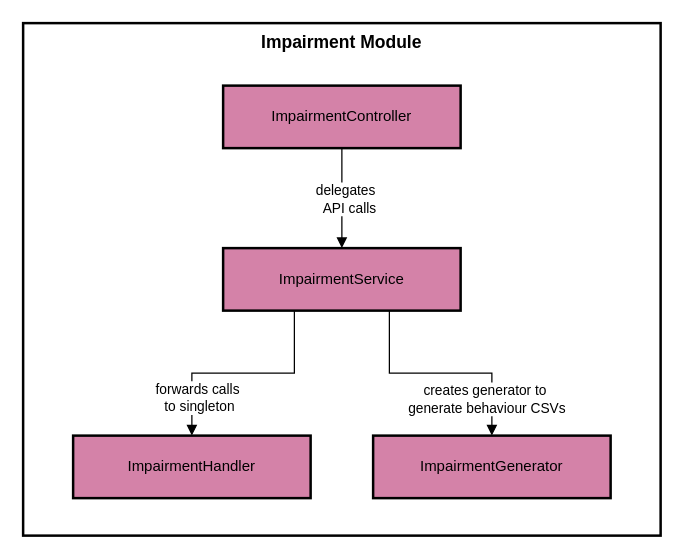
Above: data/figs/architecture/layers/layers_impairment.drawio in socialsoftware/microservices-simulator (draw.io), before the change. Source tidied: cells renumbered, new cells numbered last; positions are measured from the earlier drawing's top-left corner, leaving out a move shared by most shapes. Both pictures are drawn from the tidied source at 125%, with x=0, y=0 at pixel (22, 22).
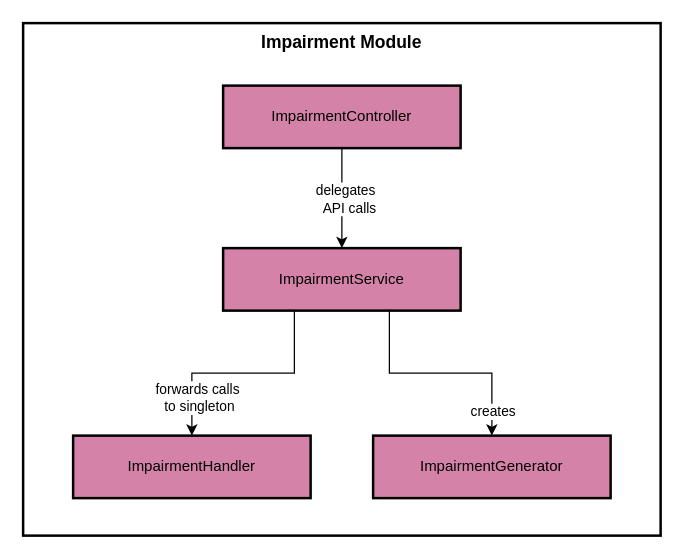
The same diagram, later.

The edit, as a diff of the source:
```diff
@@
 <mxGraphModel>
   <root>
     <mxCell id="0" />
     <mxCell id="1" parent="0" />
     <mxCell id="2" value="Impairment Module" style="whiteSpace=wrap;strokeWidth=2;verticalAlign=top;fontSize=14;fontStyle=1;" parent="1" vertex="1">
       <mxGeometry width="510" height="410" as="geometry" />
     </mxCell>
     <mxCell id="3" value="ImpairmentHandler" style="whiteSpace=wrap;strokeWidth=2;fillColor=#D482A8;strokeColor=#000000;" parent="1" vertex="1">
       <mxGeometry x="40" y="330" width="190" height="50" as="geometry" />
     </mxCell>
     <mxCell id="4" value="ImpairmentController" style="whiteSpace=wrap;strokeWidth=2;fillColor=#D482A8;strokeColor=#000000;" parent="1" vertex="1">
       <mxGeometry x="160" y="50" width="190" height="50" as="geometry" />
     </mxCell>
     <mxCell id="5" value="ImpairmentService" style="whiteSpace=wrap;strokeWidth=2;fillColor=#D482A8;strokeColor=#000000;" parent="1" vertex="1">
       <mxGeometry x="160" y="180" width="190" height="50" as="geometry" />
     </mxCell>
     <mxCell id="6" value="ImpairmentGenerator" style="whiteSpace=wrap;strokeWidth=2;fillColor=#D482A8;strokeColor=#000000;" parent="1" vertex="1">
       <mxGeometry x="280" y="330" width="190" height="50" as="geometry" />
     </mxCell>
-    <mxCell id="7" style="startArrow=none;endArrow=block;exitX=0.5;exitY=1;entryX=0.5;entryY=0;rounded=0;edgeStyle=orthogonalEdgeStyle;" parent="1" edge="1" source="4" target="5">
+    <mxCell id="7" style="startArrow=none;endArrow=classic;exitX=0.5;exitY=1;entryX=0.5;entryY=0;rounded=0;edgeStyle=orthogonalEdgeStyle;endFill=1;" parent="1" edge="1" source="4" target="5">
       <mxGeometry relative="1" as="geometry" />
     </mxCell>
-    <mxCell id="8" style="startArrow=none;endArrow=block;exitX=0.3;exitY=1;entryX=0.5;entryY=0;rounded=0;edgeStyle=orthogonalEdgeStyle;" parent="1" edge="1" source="5" target="3">
+    <mxCell id="8" style="startArrow=none;endArrow=classic;exitX=0.3;exitY=1;entryX=0.5;entryY=0;rounded=0;edgeStyle=orthogonalEdgeStyle;endFill=1;" parent="1" edge="1" source="5" target="3">
       <mxGeometry relative="1" as="geometry" />
     </mxCell>
-    <mxCell id="9" style="startArrow=none;endArrow=block;exitX=0.7;exitY=1;entryX=0.5;entryY=0;rounded=0;edgeStyle=orthogonalEdgeStyle;" parent="1" edge="1" source="5" target="6">
+    <mxCell id="9" style="startArrow=none;endArrow=classic;exitX=0.7;exitY=1;entryX=0.5;entryY=0;rounded=0;edgeStyle=orthogonalEdgeStyle;endFill=1;" parent="1" edge="1" source="5" target="6">
       <mxGeometry relative="1" as="geometry" />
     </mxCell>
-    <mxCell id="10" value="creates generator to&amp;nbsp;&lt;div&gt;generate behaviour CSVs&lt;/div&gt;" style="edgeLabel;html=1;align=center;verticalAlign=middle;" parent="9" vertex="1">
+    <mxCell id="10" value="creates" style="edgeLabel;html=1;align=center;verticalAlign=middle;" parent="9" vertex="1">
       <mxGeometry relative="1" as="geometry">
-        <mxPoint x="36" y="20" as="offset" />
+        <mxPoint x="41" y="30" as="offset" />
       </mxGeometry>
     </mxCell>
     <mxCell id="11" value="delegates&amp;nbsp;&amp;nbsp;&lt;div&gt;API calls&lt;/div&gt;" style="edgeLabel;html=1;align=center;verticalAlign=middle;" parent="1" vertex="1">
       <mxGeometry x="260" y="140" as="geometry" />
     </mxCell>
     <mxCell id="12" value="forwards calls&amp;nbsp;&lt;div&gt;to singleton&lt;/div&gt;" style="edgeLabel;html=1;align=center;verticalAlign=middle;" parent="1" vertex="1">
       <mxGeometry x="190" y="280" as="geometry">
         <mxPoint x="-50" y="19" as="offset" />
       </mxGeometry>
     </mxCell>
   </root>
 </mxGraphModel>
```
